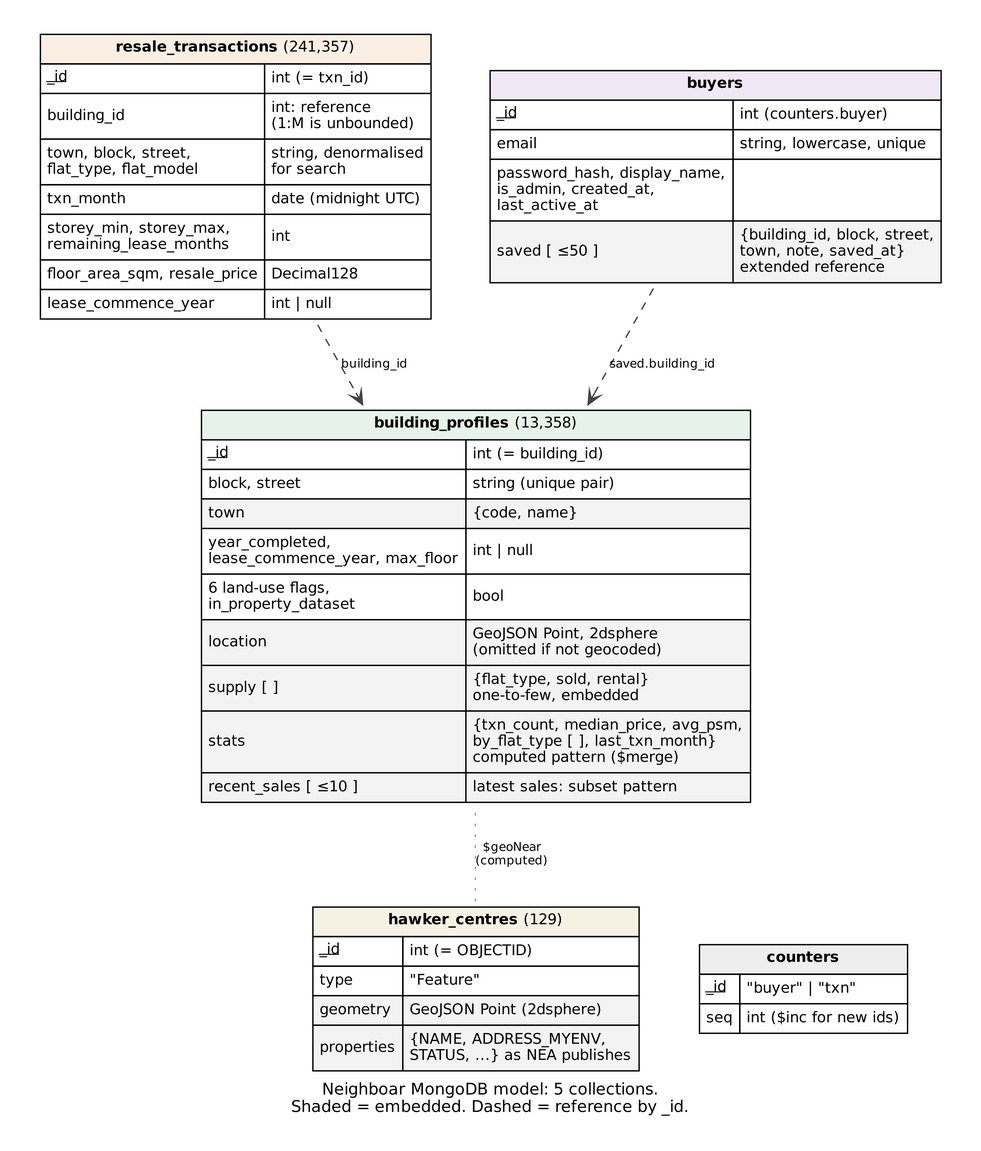
Earlier version of the Graphviz export docs/diagrams/mongo_model.png (C-O-L0/Neighboarhood). Its source is kept beside it as docs/diagrams/mongo_model.dot. Its diagram source:
```dot
digraph neighboar_mongo {
  graph [rankdir=TB, splines=spline, nodesep=0.4, ranksep=0.7, fontname="Helvetica", fontsize=12, pad=0.3,
         label="Neighboar MongoDB model: 5 collections.\nShaded = embedded. Dashed = reference by _id.", labelloc=b];
  node [shape=plaintext, fontname="Helvetica", fontsize=11];
  edge [fontname="Helvetica", fontsize=9, color="#444444", style=dashed, arrowhead=vee];

  building_profiles [label=<
    <TABLE BORDER="0" CELLBORDER="1" CELLSPACING="0" CELLPADDING="4">
      <TR><TD COLSPAN="2" BGCOLOR="#E6F2EA"><B>building_profiles</B> (13,358)</TD></TR>
      <TR><TD ALIGN="LEFT"><U>_id</U></TD><TD ALIGN="LEFT">int (= building_id)</TD></TR>
      <TR><TD ALIGN="LEFT">block, street</TD><TD ALIGN="LEFT">string (unique pair)</TD></TR>
      <TR><TD ALIGN="LEFT" BGCOLOR="#F3F3F3">town</TD><TD ALIGN="LEFT" BGCOLOR="#F3F3F3">{code, name}</TD></TR>
      <TR><TD ALIGN="LEFT">year_completed,<BR ALIGN="LEFT"/>lease_commence_year, max_floor<BR ALIGN="LEFT"/></TD><TD ALIGN="LEFT">int | null</TD></TR>
      <TR><TD ALIGN="LEFT">6 land-use flags,<BR ALIGN="LEFT"/>in_property_dataset<BR ALIGN="LEFT"/></TD><TD ALIGN="LEFT">bool</TD></TR>
      <TR><TD ALIGN="LEFT" BGCOLOR="#F3F3F3">location</TD><TD ALIGN="LEFT" BGCOLOR="#F3F3F3">GeoJSON Point, 2dsphere<BR ALIGN="LEFT"/>(omitted if not geocoded)<BR ALIGN="LEFT"/></TD></TR>
      <TR><TD ALIGN="LEFT" BGCOLOR="#F3F3F3">supply [ ]</TD><TD ALIGN="LEFT" BGCOLOR="#F3F3F3">{flat_type, sold, rental}<BR ALIGN="LEFT"/>one-to-few, embedded<BR ALIGN="LEFT"/></TD></TR>
      <TR><TD ALIGN="LEFT" BGCOLOR="#F3F3F3">stats</TD><TD ALIGN="LEFT" BGCOLOR="#F3F3F3">{txn_count, median_price, avg_psm,<BR ALIGN="LEFT"/>by_flat_type [ ], last_txn_month}<BR ALIGN="LEFT"/>computed pattern ($merge)<BR ALIGN="LEFT"/></TD></TR>
      <TR><TD ALIGN="LEFT" BGCOLOR="#F3F3F3">recent_sales [ ≤10 ]</TD><TD ALIGN="LEFT" BGCOLOR="#F3F3F3">latest sales: subset pattern</TD></TR>
    </TABLE>>];

  resale_transactions [label=<
    <TABLE BORDER="0" CELLBORDER="1" CELLSPACING="0" CELLPADDING="4">
      <TR><TD COLSPAN="2" BGCOLOR="#FBEFE3"><B>resale_transactions</B> (241,357)</TD></TR>
      <TR><TD ALIGN="LEFT"><U>_id</U></TD><TD ALIGN="LEFT">int (= txn_id)</TD></TR>
      <TR><TD ALIGN="LEFT">building_id</TD><TD ALIGN="LEFT">int: reference<BR ALIGN="LEFT"/>(1:M is unbounded)<BR ALIGN="LEFT"/></TD></TR>
      <TR><TD ALIGN="LEFT">town, block, street,<BR ALIGN="LEFT"/>flat_type, flat_model<BR ALIGN="LEFT"/></TD><TD ALIGN="LEFT">string, denormalised<BR ALIGN="LEFT"/>for search<BR ALIGN="LEFT"/></TD></TR>
      <TR><TD ALIGN="LEFT">txn_month</TD><TD ALIGN="LEFT">date (midnight UTC)</TD></TR>
      <TR><TD ALIGN="LEFT">storey_min, storey_max,<BR ALIGN="LEFT"/>remaining_lease_months<BR ALIGN="LEFT"/></TD><TD ALIGN="LEFT">int</TD></TR>
      <TR><TD ALIGN="LEFT">floor_area_sqm, resale_price</TD><TD ALIGN="LEFT">Decimal128</TD></TR>
      <TR><TD ALIGN="LEFT">lease_commence_year</TD><TD ALIGN="LEFT">int | null</TD></TR>
    </TABLE>>];

  buyers [label=<
    <TABLE BORDER="0" CELLBORDER="1" CELLSPACING="0" CELLPADDING="4">
      <TR><TD COLSPAN="2" BGCOLOR="#F1E8F5"><B>buyers</B></TD></TR>
      <TR><TD ALIGN="LEFT"><U>_id</U></TD><TD ALIGN="LEFT">int (counters.buyer)</TD></TR>
      <TR><TD ALIGN="LEFT">email</TD><TD ALIGN="LEFT">string, lowercase, unique</TD></TR>
      <TR><TD ALIGN="LEFT">password_hash, display_name,<BR ALIGN="LEFT"/>is_admin, created_at,<BR ALIGN="LEFT"/>last_active_at<BR ALIGN="LEFT"/></TD><TD ALIGN="LEFT"> </TD></TR>
      <TR><TD ALIGN="LEFT" BGCOLOR="#F3F3F3">saved [ ≤50 ]</TD><TD ALIGN="LEFT" BGCOLOR="#F3F3F3">{building_id, block, street,<BR ALIGN="LEFT"/>town, note, saved_at}<BR ALIGN="LEFT"/>extended reference<BR ALIGN="LEFT"/></TD></TR>
    </TABLE>>];

  hawker_centres [label=<
    <TABLE BORDER="0" CELLBORDER="1" CELLSPACING="0" CELLPADDING="4">
      <TR><TD COLSPAN="2" BGCOLOR="#F5F2E4"><B>hawker_centres</B> (129)</TD></TR>
      <TR><TD ALIGN="LEFT"><U>_id</U></TD><TD ALIGN="LEFT">int (= OBJECTID)</TD></TR>
      <TR><TD ALIGN="LEFT">type</TD><TD ALIGN="LEFT">"Feature"</TD></TR>
      <TR><TD ALIGN="LEFT" BGCOLOR="#F3F3F3">geometry</TD><TD ALIGN="LEFT" BGCOLOR="#F3F3F3">GeoJSON Point (2dsphere)</TD></TR>
      <TR><TD ALIGN="LEFT" BGCOLOR="#F3F3F3">properties</TD><TD ALIGN="LEFT" BGCOLOR="#F3F3F3">{NAME, ADDRESS_MYENV,<BR ALIGN="LEFT"/>STATUS, ...} as NEA publishes<BR ALIGN="LEFT"/></TD></TR>
    </TABLE>>];

  counters [label=<
    <TABLE BORDER="0" CELLBORDER="1" CELLSPACING="0" CELLPADDING="4">
      <TR><TD COLSPAN="2" BGCOLOR="#EEEEEE"><B>counters</B></TD></TR>
      <TR><TD ALIGN="LEFT"><U>_id</U></TD><TD ALIGN="LEFT">"buyer" | "txn"</TD></TR>
      <TR><TD ALIGN="LEFT">seq</TD><TD ALIGN="LEFT">int ($inc for new ids)</TD></TR>
    </TABLE>>];

  resale_transactions -> building_profiles [label="building_id"];
  buyers -> building_profiles [label="saved.building_id"];
  hawker_centres -> building_profiles [style=dotted, dir=none, color="#999999", label="$geoNear\n(computed)"];
  { rank=same; resale_transactions; buyers; }
  { rank=same; hawker_centres; counters; }
  building_profiles -> hawker_centres [style=invis];
}
```
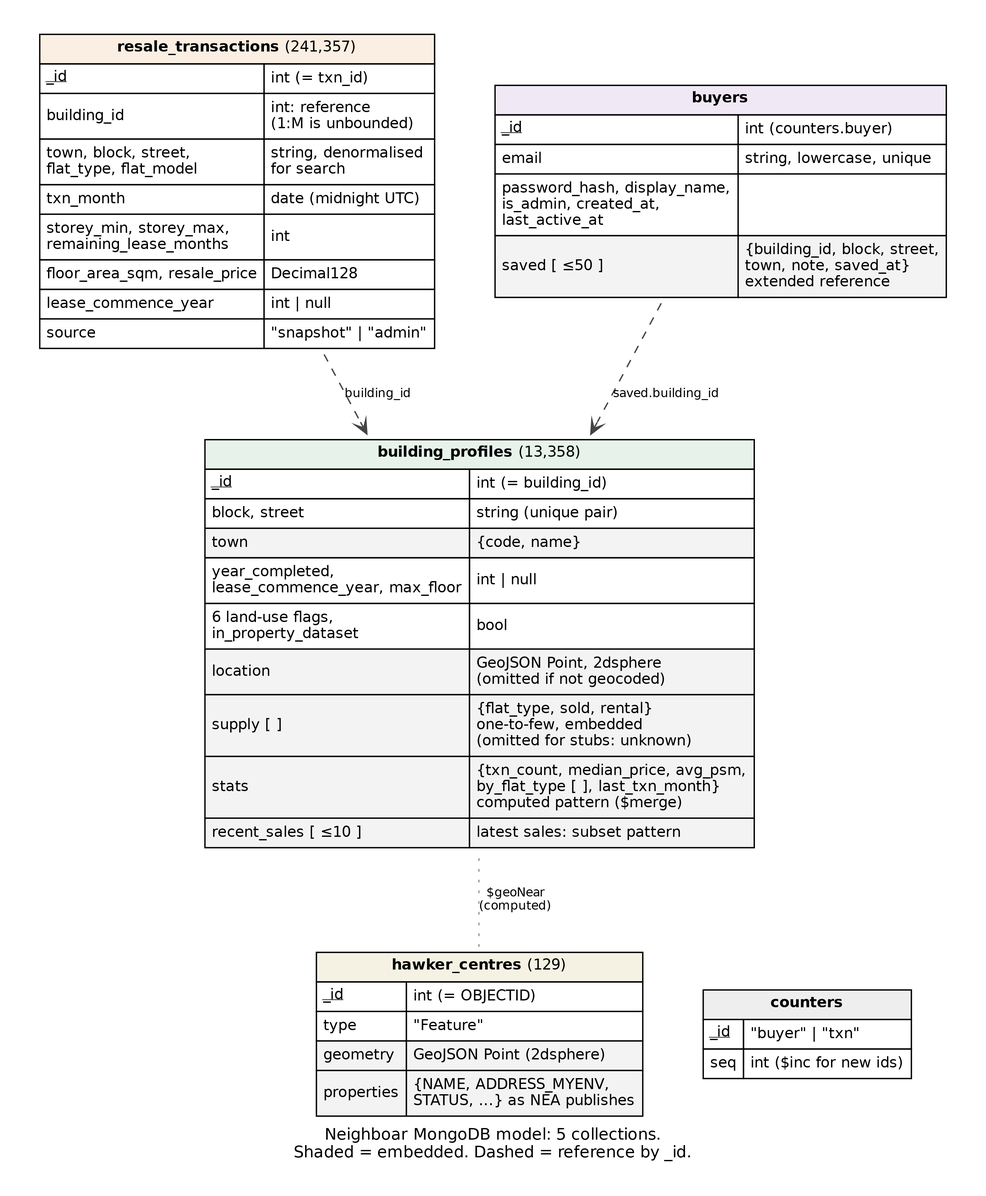
After the commit.

Change to the diagram source:
```diff
@@ -13,7 +13,7 @@
       <TR><TD ALIGN="LEFT">year_completed,<BR ALIGN="LEFT"/>lease_commence_year, max_floor<BR ALIGN="LEFT"/></TD><TD ALIGN="LEFT">int | null</TD></TR>
       <TR><TD ALIGN="LEFT">6 land-use flags,<BR ALIGN="LEFT"/>in_property_dataset<BR ALIGN="LEFT"/></TD><TD ALIGN="LEFT">bool</TD></TR>
       <TR><TD ALIGN="LEFT" BGCOLOR="#F3F3F3">location</TD><TD ALIGN="LEFT" BGCOLOR="#F3F3F3">GeoJSON Point, 2dsphere<BR ALIGN="LEFT"/>(omitted if not geocoded)<BR ALIGN="LEFT"/></TD></TR>
-      <TR><TD ALIGN="LEFT" BGCOLOR="#F3F3F3">supply [ ]</TD><TD ALIGN="LEFT" BGCOLOR="#F3F3F3">{flat_type, sold, rental}<BR ALIGN="LEFT"/>one-to-few, embedded<BR ALIGN="LEFT"/></TD></TR>
+      <TR><TD ALIGN="LEFT" BGCOLOR="#F3F3F3">supply [ ]</TD><TD ALIGN="LEFT" BGCOLOR="#F3F3F3">{flat_type, sold, rental}<BR ALIGN="LEFT"/>one-to-few, embedded<BR ALIGN="LEFT"/>(omitted for stubs: unknown)<BR ALIGN="LEFT"/></TD></TR>
       <TR><TD ALIGN="LEFT" BGCOLOR="#F3F3F3">stats</TD><TD ALIGN="LEFT" BGCOLOR="#F3F3F3">{txn_count, median_price, avg_psm,<BR ALIGN="LEFT"/>by_flat_type [ ], last_txn_month}<BR ALIGN="LEFT"/>computed pattern ($merge)<BR ALIGN="LEFT"/></TD></TR>
       <TR><TD ALIGN="LEFT" BGCOLOR="#F3F3F3">recent_sales [ ≤10 ]</TD><TD ALIGN="LEFT" BGCOLOR="#F3F3F3">latest sales: subset pattern</TD></TR>
     </TABLE>>];
@@ -28,6 +28,7 @@
       <TR><TD ALIGN="LEFT">storey_min, storey_max,<BR ALIGN="LEFT"/>remaining_lease_months<BR ALIGN="LEFT"/></TD><TD ALIGN="LEFT">int</TD></TR>
       <TR><TD ALIGN="LEFT">floor_area_sqm, resale_price</TD><TD ALIGN="LEFT">Decimal128</TD></TR>
       <TR><TD ALIGN="LEFT">lease_commence_year</TD><TD ALIGN="LEFT">int | null</TD></TR>
+      <TR><TD ALIGN="LEFT">source</TD><TD ALIGN="LEFT">"snapshot" | "admin"</TD></TR>
     </TABLE>>];
 
   buyers [label=<
```
